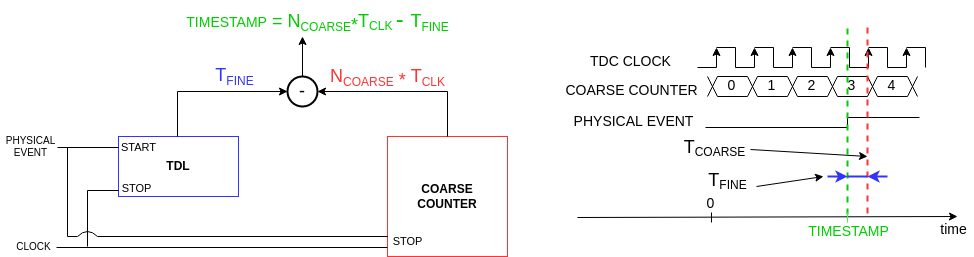
mconsonni96/Tesi keeps this draw.io diagram as 2.State-of-the-Art/images/nutt.png. Above is the earlier version. Source tidied: cells renumbered, new cells last; positions are measured from the earlier drawing's top-left corner, leaving out a move shared by most shapes.
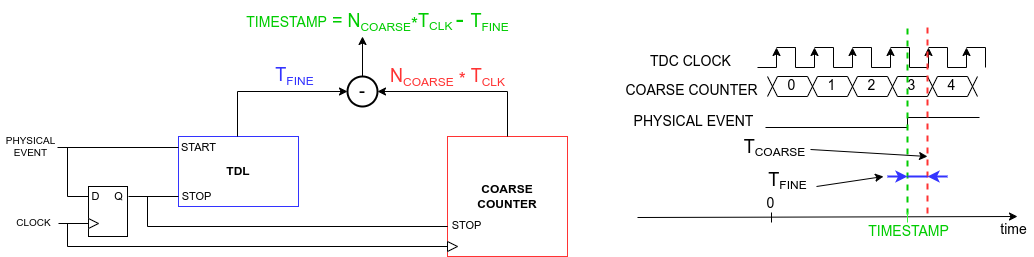
Above is the later version.

The edit, as a diff of the source:
```diff
@@ -3,55 +3,49 @@
     <mxCell id="0" />
     <mxCell id="1" parent="0" />
     <mxCell id="2" value="&lt;b&gt;TDL&lt;/b&gt;" style="whiteSpace=wrap;html=1;strokeColor=#3333FF;" parent="1" vertex="1">
-      <mxGeometry x="118" y="136" width="120" height="60" as="geometry" />
+      <mxGeometry x="118" y="136" width="120" height="70" as="geometry" />
     </mxCell>
     <mxCell id="3" value="&lt;font style=&quot;font-size: 11px&quot;&gt;START&lt;/font&gt;" style="text;html=1;align=center;verticalAlign=middle;fillColor=none;strokeColor=none;rounded=0;" parent="1" vertex="1">
       <mxGeometry x="113" y="137" width="50" height="20" as="geometry" />
     </mxCell>
     <mxCell id="4" value="&lt;font style=&quot;font-size: 11px&quot;&gt;STOP&lt;/font&gt;" style="text;html=1;align=center;verticalAlign=middle;fillColor=none;strokeColor=none;rounded=0;" parent="1" vertex="1">
-      <mxGeometry x="111" y="178" width="50" height="20" as="geometry" />
+      <mxGeometry x="111" y="186" width="50" height="20" as="geometry" />
     </mxCell>
     <mxCell id="5" value="&lt;font style=&quot;font-size: 12px&quot;&gt;&lt;b&gt;COARSE&lt;br&gt;COUNTER&lt;/b&gt;&lt;/font&gt;" style="whiteSpace=wrap;html=1;fontSize=10;strokeColor=#FF3333;" parent="1" vertex="1">
       <mxGeometry x="387" y="136" width="120" height="120" as="geometry" />
     </mxCell>
     <mxCell id="6" value="&lt;font style=&quot;font-size: 11px&quot;&gt;STOP&lt;/font&gt;" style="text;html=1;align=center;verticalAlign=middle;fillColor=none;strokeColor=none;rounded=0;fontSize=12;" parent="1" vertex="1">
-      <mxGeometry x="382" y="231" width="50" height="20" as="geometry" />
+      <mxGeometry x="381" y="215" width="50" height="20" as="geometry" />
     </mxCell>
     <mxCell id="7" style="endArrow=none;html=1;fontSize=10;" parent="1" edge="1">
       <mxGeometry relative="1" as="geometry">
-        <mxPoint x="87" y="247" as="sourcePoint" />
-        <mxPoint x="387" y="247" as="targetPoint" />
+        <mxPoint x="87" y="246" as="sourcePoint" />
+        <mxPoint x="387" y="246" as="targetPoint" />
       </mxGeometry>
     </mxCell>
-    <mxCell id="8" style="endArrow=none;html=1;fontSize=10;" parent="1" edge="1">
-      <mxGeometry relative="1" as="geometry">
-        <mxPoint x="87" y="190" as="sourcePoint" />
-        <mxPoint x="118" y="190" as="targetPoint" />
-      </mxGeometry>
-    </mxCell>
     <mxCell id="9" style="endArrow=none;html=1;fontSize=10;" parent="1" edge="1">
       <mxGeometry relative="1" as="geometry">
-        <mxPoint x="87" y="246" as="sourcePoint" />
-        <mxPoint x="87" y="190" as="targetPoint" />
+        <mxPoint x="87" y="226" as="sourcePoint" />
+        <mxPoint x="87" y="196" as="targetPoint" />
       </mxGeometry>
     </mxCell>
     <mxCell id="10" style="endArrow=none;html=1;fontSize=10;" parent="1" edge="1">
       <mxGeometry relative="1" as="geometry">
-        <mxPoint x="56" y="247" as="sourcePoint" />
-        <mxPoint x="96" y="247" as="targetPoint" />
+        <mxPoint x="7" y="246" as="sourcePoint" />
+        <mxPoint x="96" y="246" as="targetPoint" />
       </mxGeometry>
     </mxCell>
     <mxCell id="11" style="endArrow=none;html=1;fontSize=10;" parent="1" edge="1">
       <mxGeometry relative="1" as="geometry">
-        <mxPoint x="57" y="147" as="sourcePoint" />
+        <mxPoint x="-3" y="147" as="sourcePoint" />
         <mxPoint x="118" y="147" as="targetPoint" />
       </mxGeometry>
     </mxCell>
     <mxCell id="12" value="CLOCK" style="text;html=1;align=center;verticalAlign=middle;fillColor=none;strokeColor=none;rounded=0;fontSize=10;" parent="1" vertex="1">
-      <mxGeometry x="8" y="236" width="50" height="20" as="geometry" />
+      <mxGeometry x="-52" y="212" width="50" height="20" as="geometry" />
     </mxCell>
     <mxCell id="13" value="PHYSICAL&lt;br&gt;EVENT" style="text;html=1;align=center;verticalAlign=middle;fillColor=none;strokeColor=none;rounded=0;fontSize=10;" parent="1" vertex="1">
-      <mxGeometry y="131" width="60" height="30" as="geometry" />
+      <mxGeometry x="-60" y="131" width="60" height="30" as="geometry" />
     </mxCell>
     <mxCell id="14" value="&lt;font style=&quot;font-size: 18px&quot;&gt;-&lt;/font&gt;" style="ellipse;whiteSpace=wrap;html=1;fontSize=10;strokeColor=#000000;strokeWidth=2;" parent="1" vertex="1">
       <mxGeometry x="287" y="76" width="30" height="30" as="geometry" />
@@ -487,30 +481,52 @@
     </mxCell>
     <mxCell id="95" style="endArrow=none;html=1;fontSize=10;" parent="1" edge="1">
       <mxGeometry relative="1" as="geometry">
-        <mxPoint x="67" y="236" as="sourcePoint" />
-        <mxPoint x="67" y="147" as="targetPoint" />
+        <mxPoint x="7" y="196" as="sourcePoint" />
+        <mxPoint x="7" y="147" as="targetPoint" />
       </mxGeometry>
     </mxCell>
-    <mxCell id="96" style="endArrow=none;html=1;fontSize=10;" parent="1" edge="1">
-      <mxGeometry relative="1" as="geometry">
-        <mxPoint x="67" y="236" as="sourcePoint" />
-        <mxPoint x="77" y="236" as="targetPoint" />
-      </mxGeometry>
-    </mxCell>
-    <mxCell id="97" style="curved=1;endArrow=none;html=1;endFill=0;" parent="1" edge="1">
-      <mxGeometry relative="1" as="geometry">
-        <mxPoint x="77" y="236" as="sourcePoint" />
-        <mxPoint x="97" y="236" as="targetPoint" />
-        <Array as="points">
-          <mxPoint x="87" y="226" />
-        </Array>
-      </mxGeometry>
-    </mxCell>
     <mxCell id="98" style="endArrow=none;html=1;fontSize=10;" parent="1" edge="1">
       <mxGeometry relative="1" as="geometry">
-        <mxPoint x="97" y="236" as="sourcePoint" />
-        <mxPoint x="387.2" y="236" as="targetPoint" />
+        <mxPoint x="87" y="226" as="sourcePoint" />
+        <mxPoint x="387.2" y="226" as="targetPoint" />
       </mxGeometry>
     </mxCell>
+    <mxCell id="99" style="rounded=0;whiteSpace=wrap;html=1;" parent="1" vertex="1">
+      <mxGeometry x="28" y="186" width="39" height="50" as="geometry" />
+    </mxCell>
+    <mxCell id="100" value="&lt;font style=&quot;font-size: 11px&quot;&gt;D&lt;/font&gt;" style="text;html=1;align=center;verticalAlign=middle;fillColor=none;strokeColor=none;rounded=0;" parent="1" vertex="1">
+      <mxGeometry x="25" y="186" width="20" height="20" as="geometry" />
+    </mxCell>
+    <mxCell id="101" value="&lt;font style=&quot;font-size: 11px&quot;&gt;Q&lt;/font&gt;" style="text;html=1;align=center;verticalAlign=middle;points=[];fillColor=none;strokeColor=none;rounded=0;" parent="1" vertex="1">
+      <mxGeometry x="48" y="186" width="20" height="20" as="geometry" />
+    </mxCell>
+    <mxCell id="102" style="triangle;whiteSpace=wrap;html=1;" parent="1" vertex="1">
+      <mxGeometry x="28" y="218" width="10" height="10" as="geometry" />
+    </mxCell>
+    <mxCell id="103" style="endArrow=none;html=1;fontSize=10;entryX=0;entryY=0.5;entryDx=0;entryDy=0;" parent="1" edge="1" target="102">
+      <mxGeometry relative="1" as="geometry">
+        <mxPoint x="-2" y="223" as="sourcePoint" />
+      </mxGeometry>
+    </mxCell>
+    <mxCell id="104" style="endArrow=none;html=1;fontSize=10;entryX=0;entryY=0.5;entryDx=0;entryDy=0;" parent="1" edge="1">
+      <mxGeometry relative="1" as="geometry">
+        <mxPoint x="7" y="196" as="sourcePoint" />
+        <mxPoint x="28" y="196" as="targetPoint" />
+      </mxGeometry>
+    </mxCell>
+    <mxCell id="105" style="endArrow=none;html=1;fontSize=10;entryX=0;entryY=0.5;entryDx=0;entryDy=0;" parent="1" edge="1" source="101">
+      <mxGeometry relative="1" as="geometry">
+        <mxPoint x="118" y="196" as="targetPoint" />
+      </mxGeometry>
+    </mxCell>
+    <mxCell id="106" style="triangle;whiteSpace=wrap;html=1;" parent="1" vertex="1">
+      <mxGeometry x="387" y="241" width="10" height="10" as="geometry" />
+    </mxCell>
+    <mxCell id="107" style="endArrow=none;html=1;fontSize=10;" parent="1" edge="1">
+      <mxGeometry relative="1" as="geometry">
+        <mxPoint x="7" y="246" as="sourcePoint" />
+        <mxPoint x="7" y="223" as="targetPoint" />
+      </mxGeometry>
+    </mxCell>
   </root>
 </mxGraphModel>
```
